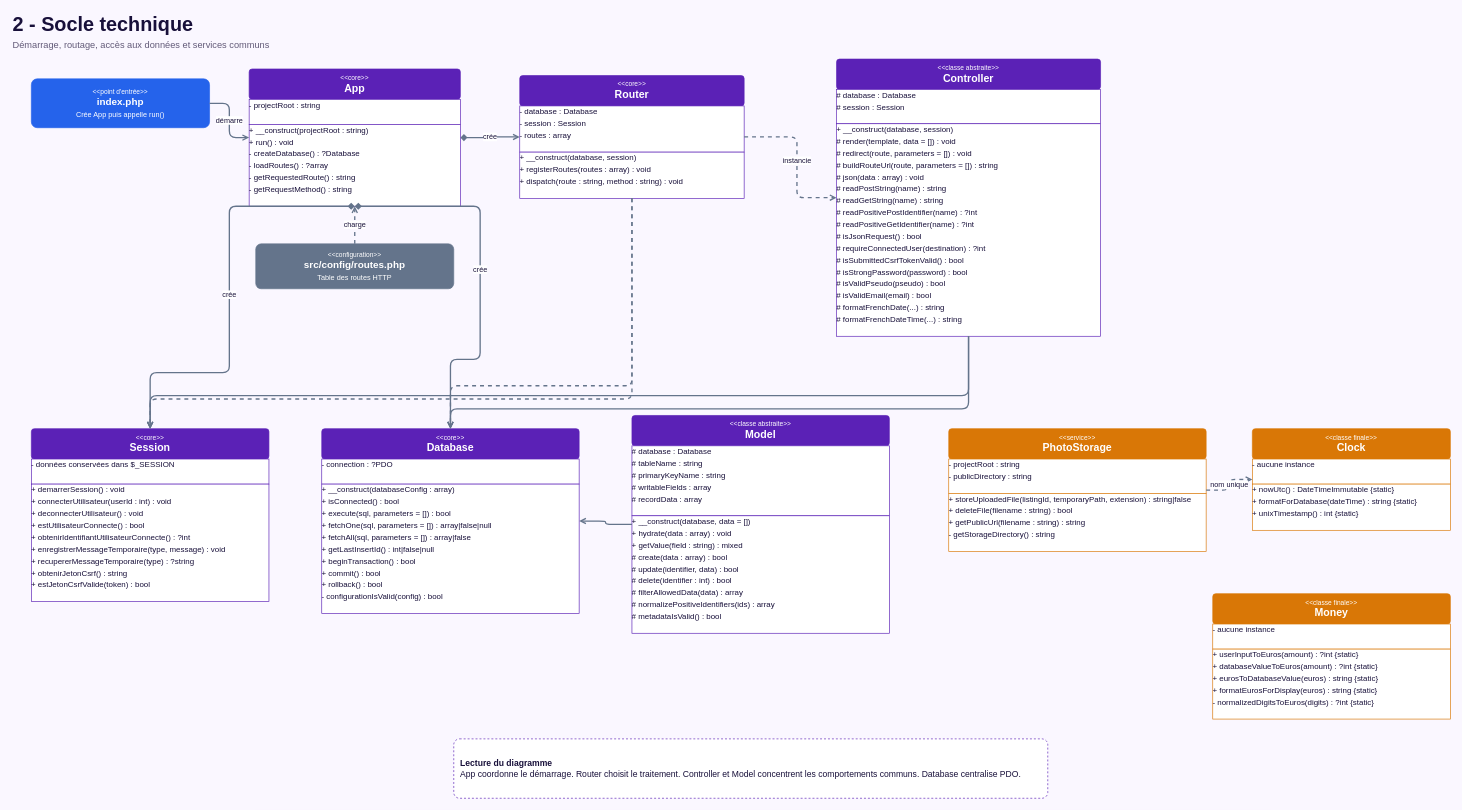
Above: page "2 - Socle technique" (2 of 6) of documents/readme/Diagramme de classe UML - QDM.drawio in anthonylepichon/quiditmieux (draw.io), before the change. Source tidied: cells renumbered, new cells numbered last; positions are measured from the earlier drawing's top-left corner, leaving out a move shared by most shapes. Both pictures are drawn from the tidied source at 66%, with x=0, y=0 at pixel (11, 11).
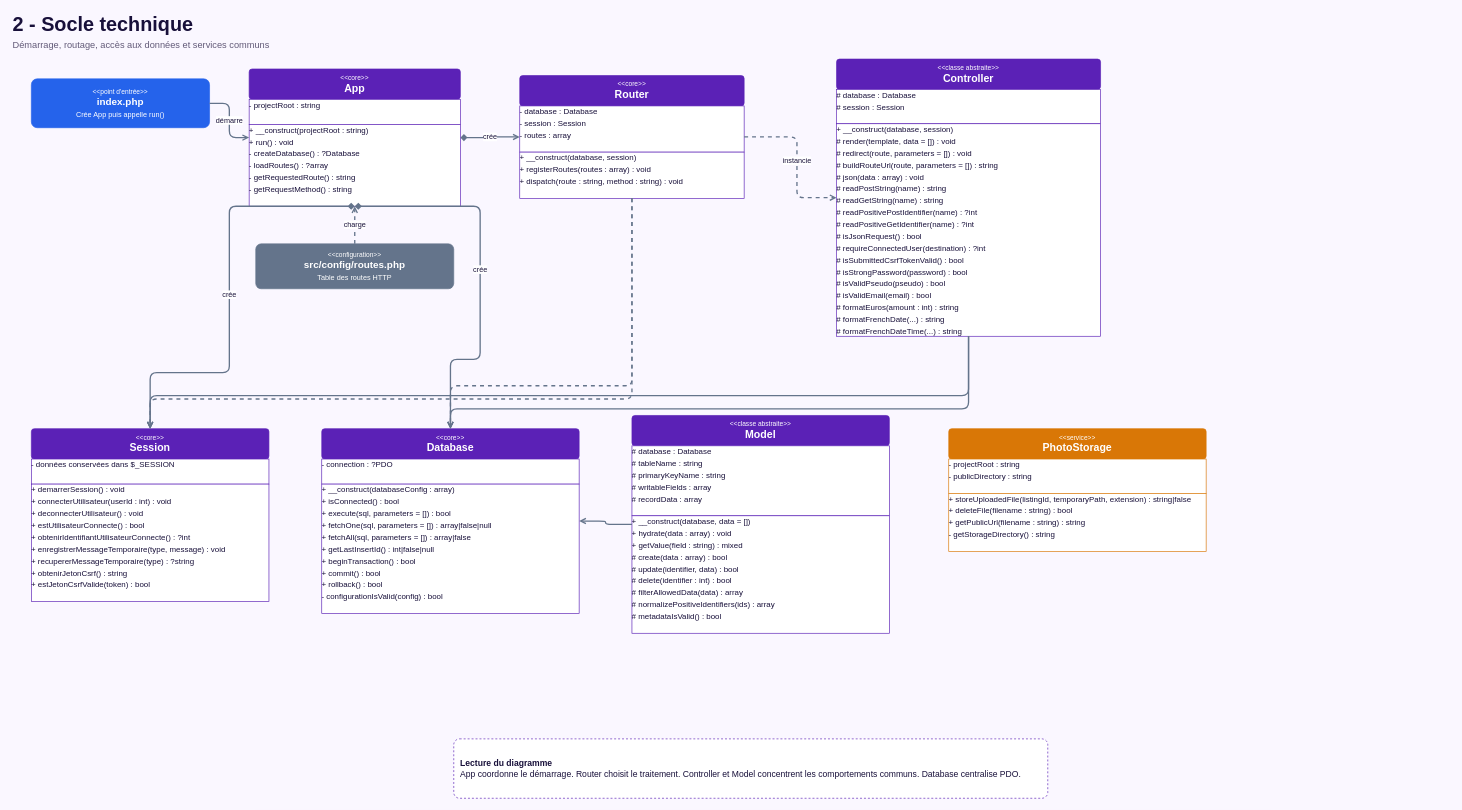
After the change.

Unchanged cells that the change refers to:
```xml
<mxCell id="11" style="group;" parent="1" vertex="1">
  <mxGeometry x="1250" y="72" width="400" height="420" as="geometry" />
</mxCell>
<mxCell id="27" style="group;" parent="1" vertex="1">
  <mxGeometry x="1420" y="632" width="390" height="186" as="geometry" />
</mxCell>
```

What changed in the source:
```diff
@@
-    <mxCell id="14" value="&lt;div style=&quot;line-height:18px;&quot;&gt;+ __construct(database, session)&lt;/div&gt;&lt;div style=&quot;line-height:18px;&quot;&gt;# render(template, data = []) : void&lt;/div&gt;&lt;div style=&quot;line-height:18px;&quot;&gt;# redirect(route, parameters = []) : void&lt;/div&gt;&lt;div style=&quot;line-height:18px;&quot;&gt;# buildRouteUrl(route, parameters = []) : string&lt;/div&gt;&lt;div style=&quot;line-height:18px;&quot;&gt;# json(data : array) : void&lt;/div&gt;&lt;div style=&quot;line-height:18px;&quot;&gt;# readPostString(name) : string&lt;/div&gt;&lt;div style=&quot;line-height:18px;&quot;&gt;# readGetString(name) : string&lt;/div&gt;&lt;div style=&quot;line-height:18px;&quot;&gt;# readPositivePostIdentifier(name) : ?int&lt;/div&gt;&lt;div style=&quot;line-height:18px;&quot;&gt;# readPositiveGetIdentifier(name) : ?int&lt;/div&gt;&lt;div style=&quot;line-height:18px;&quot;&gt;# isJsonRequest() : bool&lt;/div&gt;&lt;div style=&quot;line-height:18px;&quot;&gt;# requireConnectedUser(destination) : ?int&lt;/div&gt;&lt;div style=&quot;line-height:18px;&quot;&gt;# isSubmittedCsrfTokenValid() : bool&lt;/div&gt;&lt;div style=&quot;line-height:18px;&quot;&gt;# isStrongPassword(password) : bool&lt;/div&gt;&lt;div style=&quot;line-height:18px;&quot;&gt;# isValidPseudo(pseudo) : bool&lt;/div&gt;&lt;div style=&quot;line-height:18px;&quot;&gt;# isValidEmail(email) : bool&lt;/div&gt;&lt;div style=&quot;line-height:18px;&quot;&gt;# formatFrenchDate(...) : string&lt;/div&gt;&lt;div style=&quot;line-height:18px;&quot;&gt;# formatFrenchDateTime(...) : string&lt;/div&gt;" style="rounded=0;whiteSpace=wrap;html=1;fillColor=#FFFFFF;strokeColor=#5B21B6;fontColor=#18103A;fontSize=12;align=left;verticalAlign=top;spacing=8;overflow=fill;arcSize=6;" parent="11" vertex="1">
+    <mxCell id="14" value="&lt;div style=&quot;line-height:18px;&quot;&gt;+ __construct(database, session)&lt;/div&gt;&lt;div style=&quot;line-height:18px;&quot;&gt;# render(template, data = []) : void&lt;/div&gt;&lt;div style=&quot;line-height:18px;&quot;&gt;# redirect(route, parameters = []) : void&lt;/div&gt;&lt;div style=&quot;line-height:18px;&quot;&gt;# buildRouteUrl(route, parameters = []) : string&lt;/div&gt;&lt;div style=&quot;line-height:18px;&quot;&gt;# json(data : array) : void&lt;/div&gt;&lt;div style=&quot;line-height:18px;&quot;&gt;# readPostString(name) : string&lt;/div&gt;&lt;div style=&quot;line-height:18px;&quot;&gt;# readGetString(name) : string&lt;/div&gt;&lt;div style=&quot;line-height:18px;&quot;&gt;# readPositivePostIdentifier(name) : ?int&lt;/div&gt;&lt;div style=&quot;line-height:18px;&quot;&gt;# readPositiveGetIdentifier(name) : ?int&lt;/div&gt;&lt;div style=&quot;line-height:18px;&quot;&gt;# isJsonRequest() : bool&lt;/div&gt;&lt;div style=&quot;line-height:18px;&quot;&gt;# requireConnectedUser(destination) : ?int&lt;/div&gt;&lt;div style=&quot;line-height:18px;&quot;&gt;# isSubmittedCsrfTokenValid() : bool&lt;/div&gt;&lt;div style=&quot;line-height:18px;&quot;&gt;# isStrongPassword(password) : bool&lt;/div&gt;&lt;div style=&quot;line-height:18px;&quot;&gt;# isValidPseudo(pseudo) : bool&lt;/div&gt;&lt;div style=&quot;line-height:18px;&quot;&gt;# isValidEmail(email) : bool&lt;/div&gt;&lt;div style=&quot;line-height:18px;&quot;&gt;# formatEuros(amount : int) : string&lt;/div&gt;&lt;div style=&quot;line-height:18px;&quot;&gt;# formatFrenchDate(...) : string&lt;/div&gt;&lt;div style=&quot;line-height:18px;&quot;&gt;# formatFrenchDateTime(...) : string&lt;/div&gt;" style="rounded=0;whiteSpace=wrap;html=1;fillColor=#FFFFFF;strokeColor=#5B21B6;fontColor=#18103A;fontSize=12;align=left;verticalAlign=top;spacing=8;overflow=fill;arcSize=6;" parent="11" vertex="1">
       <mxGeometry y="98" width="400" height="322" as="geometry" />
     </mxCell>
@@
-    <mxCell id="31" style="group;" parent="1" vertex="1">
-      <mxGeometry x="1880" y="632" width="300" height="154" as="geometry" />
-    </mxCell>
-    <mxCell id="32" value="&lt;div style=&quot;font-size:10px;font-weight:400;&quot;&gt;&amp;lt;&amp;lt;classe finale&amp;gt;&amp;gt;&lt;/div&gt;&lt;div style=&quot;font-size:16px;font-weight:700;&quot;&gt;Clock&lt;/div&gt;" style="rounded=1;whiteSpace=wrap;html=1;fillColor=#D97706;strokeColor=#D97706;fontColor=#FFFFFF;align=center;verticalAlign=middle;arcSize=10;" parent="31" vertex="1">
-      <mxGeometry width="300" height="46" as="geometry" />
-    </mxCell>
-    <mxCell id="33" value="&lt;div style=&quot;line-height:18px;&quot;&gt;- aucune instance&lt;/div&gt;" style="rounded=0;whiteSpace=wrap;html=1;fillColor=#FFFFFF;strokeColor=#D97706;fontColor=#18103A;fontSize=12;align=left;verticalAlign=top;spacing=8;overflow=fill;" parent="31" vertex="1">
-      <mxGeometry y="46" width="300" height="38" as="geometry" />
-    </mxCell>
-    <mxCell id="34" value="&lt;div style=&quot;line-height:18px;&quot;&gt;+ nowUtc() : DateTimeImmutable {static}&lt;/div&gt;&lt;div style=&quot;line-height:18px;&quot;&gt;+ formatForDatabase(dateTime) : string {static}&lt;/div&gt;&lt;div style=&quot;line-height:18px;&quot;&gt;+ unixTimestamp() : int {static}&lt;/div&gt;" style="rounded=0;whiteSpace=wrap;html=1;fillColor=#FFFFFF;strokeColor=#D97706;fontColor=#18103A;fontSize=12;align=left;verticalAlign=top;spacing=8;overflow=fill;arcSize=6;" parent="31" vertex="1">
-      <mxGeometry y="84" width="300" height="70" as="geometry" />
-    </mxCell>
-    <mxCell id="35" style="group;" parent="1" vertex="1">
-      <mxGeometry x="1820" y="882" width="360" height="190" as="geometry" />
-    </mxCell>
-    <mxCell id="36" value="&lt;div style=&quot;font-size:10px;font-weight:400;&quot;&gt;&amp;lt;&amp;lt;classe finale&amp;gt;&amp;gt;&lt;/div&gt;&lt;div style=&quot;font-size:16px;font-weight:700;&quot;&gt;Money&lt;/div&gt;" style="rounded=1;whiteSpace=wrap;html=1;fillColor=#D97706;strokeColor=#D97706;fontColor=#FFFFFF;align=center;verticalAlign=middle;arcSize=10;" parent="35" vertex="1">
-      <mxGeometry width="360" height="46" as="geometry" />
-    </mxCell>
-    <mxCell id="37" value="&lt;div style=&quot;line-height:18px;&quot;&gt;- aucune instance&lt;/div&gt;" style="rounded=0;whiteSpace=wrap;html=1;fillColor=#FFFFFF;strokeColor=#D97706;fontColor=#18103A;fontSize=12;align=left;verticalAlign=top;spacing=8;overflow=fill;" parent="35" vertex="1">
-      <mxGeometry y="46" width="360" height="38" as="geometry" />
-    </mxCell>
-    <mxCell id="38" value="&lt;div style=&quot;line-height:18px;&quot;&gt;+ userInputToEuros(amount) : ?int {static}&lt;/div&gt;&lt;div style=&quot;line-height:18px;&quot;&gt;+ databaseValueToEuros(amount) : ?int {static}&lt;/div&gt;&lt;div style=&quot;line-height:18px;&quot;&gt;+ eurosToDatabaseValue(euros) : string {static}&lt;/div&gt;&lt;div style=&quot;line-height:18px;&quot;&gt;+ formatEurosForDisplay(euros) : string {static}&lt;/div&gt;&lt;div style=&quot;line-height:18px;&quot;&gt;- normalizedDigitsToEuros(digits) : ?int {static}&lt;/div&gt;" style="rounded=0;whiteSpace=wrap;html=1;fillColor=#FFFFFF;strokeColor=#D97706;fontColor=#18103A;fontSize=12;align=left;verticalAlign=top;spacing=8;overflow=fill;arcSize=6;" parent="35" vertex="1">
-      <mxGeometry y="84" width="360" height="106" as="geometry" />
-    </mxCell>
@@
-    <mxCell id="52" value="nom unique" style="edgeStyle=orthogonalEdgeStyle;rounded=1;jettySize=auto;html=1;endArrow=open;endFill=0;dashed=1;strokeColor=#64748B;strokeWidth=2;fontColor=#18103A;fontSize=11;labelBackgroundColor=#FFFFFF;exitX=1;exitY=0.5;exitDx=0;exitDy=0;entryX=0;entryY=0.5;entryDx=0;entryDy=0;" parent="1" edge="1" source="27" target="31">
-      <mxGeometry relative="1" as="geometry">
-        <Array as="points">
-          <mxPoint x="1845" y="725" />
-          <mxPoint x="1845" y="709" />
-        </Array>
-      </mxGeometry>
-    </mxCell>
```
